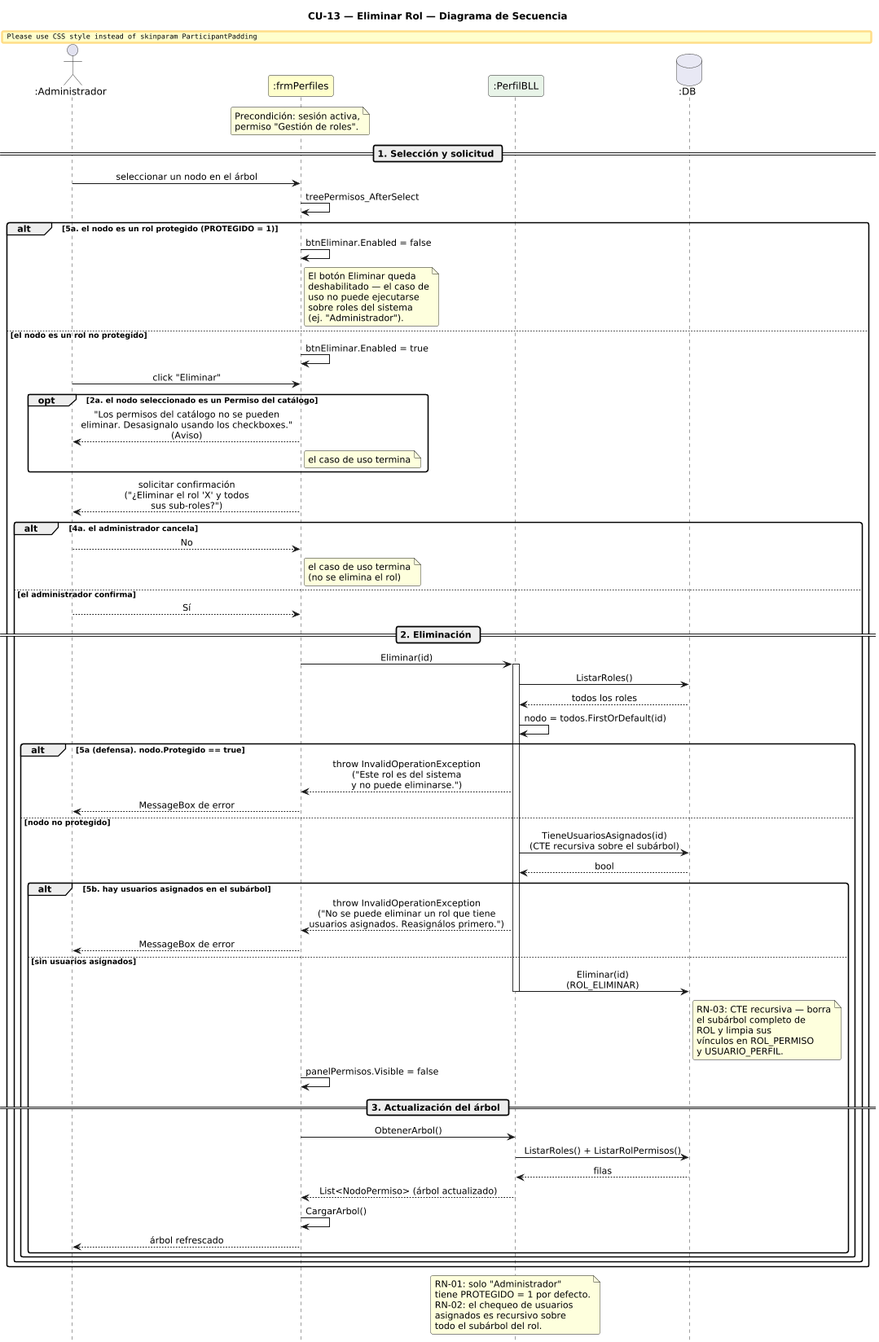
The PlantUML diagram DIAGRAMAS/DiagramaSecuencia_CU13_EliminarRol.png in Urrels/ingenieria_software, before a commit.
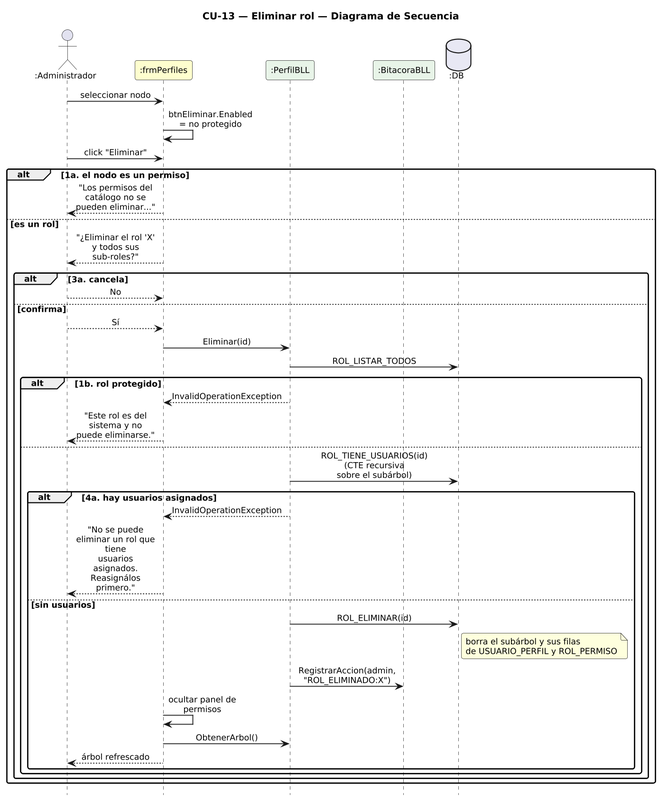
After the commit.

Change to the diagram source:
```diff
@@ -1,112 +1,55 @@
 @startuml DiagramaSecuencia_CU13_EliminarRol
 
-title CU-13 — Eliminar Rol — Diagrama de Secuencia
+title CU-13 — Eliminar rol — Diagrama de Secuencia
 
 skinparam shadowing false
 skinparam roundcorner 6
 skinparam sequenceArrowThickness 1.2
-skinparam ParticipantPadding 14
+skinparam ParticipantPadding 6
+skinparam BoxPadding 4
+skinparam maxMessageSize 115
 skinparam sequenceMessageAlign center
+skinparam defaultFontSize 12
+skinparam dpi 140
 hide footbox
-scale 0.85
 
-actor       ":Administrador"  as A
-participant ":frmPerfiles"    as FP #FEFECE
-participant ":PerfilBLL"      as PB #E8F4E8
-database    ":DB"             as DB #E8E8F4
+actor ":Administrador" as A
+participant ":frmPerfiles" as F #FEFECE
+participant ":PerfilBLL" as PB #E8F4E8
+participant ":BitacoraBLL" as BB #E8F4E8
+database ":DB" as DB #E8E8F4
 
-note over FP
-  Precondición: sesión activa,
-  permiso "Gestión de roles".
-end note
-
-== 1. Selección y solicitud ==
-
-A -> FP : seleccionar un nodo en el árbol
-FP -> FP : treePermisos_AfterSelect
-
-alt 5a. el nodo es un rol protegido (PROTEGIDO = 1)
-  FP -> FP : btnEliminar.Enabled = false
-  note right of FP
-    El botón Eliminar queda
-    deshabilitado — el caso de
-    uso no puede ejecutarse
-    sobre roles del sistema
-    (ej. "Administrador").
-  end note
-
-else el nodo es un rol no protegido
-  FP -> FP : btnEliminar.Enabled = true
-
-  A -> FP : click "Eliminar"
-
-  opt 2a. el nodo seleccionado es un Permiso del catálogo
-    FP --> A : "Los permisos del catálogo no se pueden\neliminar. Desasignalo usando los checkboxes."\n(Aviso)
-    note right of FP : el caso de uso termina
-  end
-
-  FP --> A : solicitar confirmación\n("¿Eliminar el rol 'X' y todos\nsus sub-roles?")
-
-  alt 4a. el administrador cancela
-    A --> FP : No
-    note right of FP : el caso de uso termina\n(no se elimina el rol)
-
-  else el administrador confirma
-    A --> FP : Sí
-
-    == 2. Eliminación ==
-
-    FP -> PB : Eliminar(id)
-    activate PB
-
-    PB -> DB : ListarRoles()
-    DB --> PB : todos los roles
-    PB -> PB : nodo = todos.FirstOrDefault(id)
-
-    alt 5a (defensa). nodo.Protegido == true
-      PB --> FP : throw InvalidOperationException\n("Este rol es del sistema\ny no puede eliminarse.")
-      FP --> A : MessageBox de error
-
-    else nodo no protegido
-      PB -> DB : TieneUsuariosAsignados(id)\n(CTE recursiva sobre el subárbol)
-      DB --> PB : bool
-
-      alt 5b. hay usuarios asignados en el subárbol
-        PB --> FP : throw InvalidOperationException\n("No se puede eliminar un rol que tiene\nusuarios asignados. Reasignálos primero.")
-        FP --> A : MessageBox de error
-
-      else sin usuarios asignados
-        PB -> DB : Eliminar(id)\n(ROL_ELIMINAR)
-        note right of DB
-          RN-03: CTE recursiva — borra
-          el subárbol completo de
-          ROL y limpia sus
-          vínculos en ROL_PERMISO
-          y USUARIO_PERFIL.
-        end note
-        deactivate PB
-
-        FP -> FP : panelPermisos.Visible = false
-
-        == 3. Actualización del árbol ==
-
-        FP -> PB : ObtenerArbol()
-        PB -> DB : ListarRoles() + ListarRolPermisos()
-        DB --> PB : filas
-        PB --> FP : List<NodoPermiso> (árbol actualizado)
-        FP -> FP : CargarArbol()
-        FP --> A : árbol refrescado
+A -> F : seleccionar nodo
+F -> F : btnEliminar.Enabled = no protegido
+A -> F : click "Eliminar"
+alt 1a. el nodo es un permiso
+  F --> A : "Los permisos del catálogo no se pueden eliminar..."
+else es un rol
+  F --> A : "¿Eliminar el rol 'X' y todos sus sub-roles?"
+  alt 3a. cancela
+    A --> F : No
+  else confirma
+    A --> F : Sí
+    F -> PB : Eliminar(id)
+    PB -> DB : ROL_LISTAR_TODOS
+    alt 1b. rol protegido
+      PB --> F : InvalidOperationException
+      F --> A : "Este rol es del sistema y no puede eliminarse."
+    else
+      PB -> DB : ROL_TIENE_USUARIOS(id)\n(CTE recursiva sobre el subárbol)
+      alt 4a. hay usuarios asignados
+        PB --> F : InvalidOperationException
+        F --> A : "No se puede eliminar un rol que tiene\nusuarios asignados. Reasignálos primero."
+      else sin usuarios
+        PB -> DB : ROL_ELIMINAR(id)
+        note right of DB : borra el subárbol y sus filas\nde USUARIO_PERFIL y ROL_PERMISO
+        PB -> BB : RegistrarAccion(admin, "ROL_ELIMINADO:X")
+        F -> F : ocultar panel de permisos
+        F -> PB : ObtenerArbol()
+        F --> A : árbol refrescado
       end
     end
   end
 end
 
-note over PB
-  RN-01: solo "Administrador"
-  tiene PROTEGIDO = 1 por defecto.
-  RN-02: el chequeo de usuarios
-  asignados es recursivo sobre
-  todo el subárbol del rol.
-end note
-
 @enduml
```
